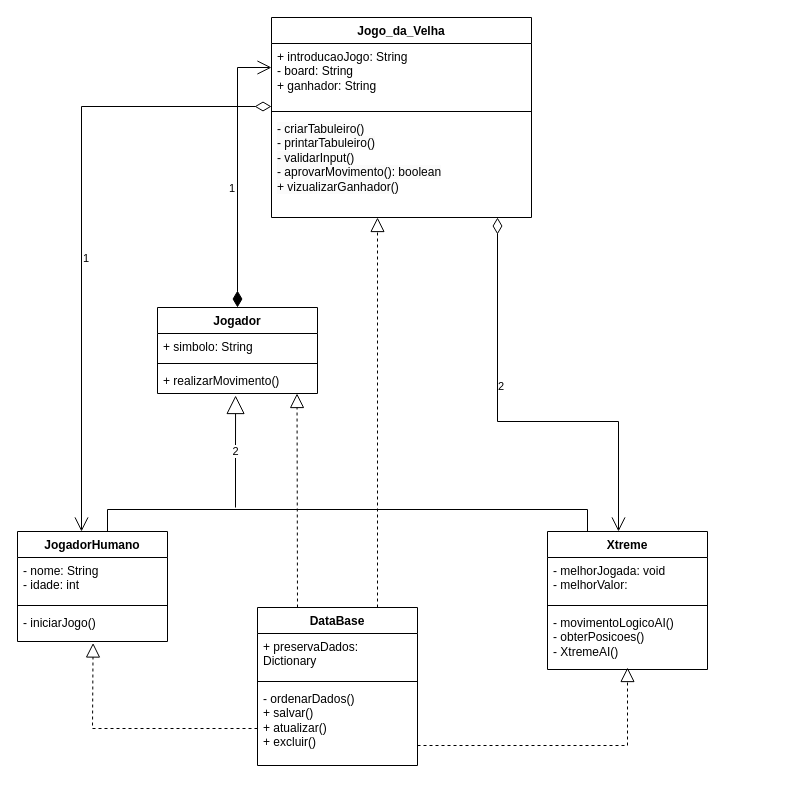
Above: mini_projeto_3/Projeto_3/diagrama_de_classes.drawio in antonioscarvalho/Projetos-Orientados-a-Objetos (draw.io), before the change. Source tidied: cells renumbered, new cells numbered last; positions are measured from the earlier drawing's top-left corner, leaving out a move shared by most shapes. Both pictures are drawn from the tidied source at 100%, with x=0, y=0 at pixel (17, 17).
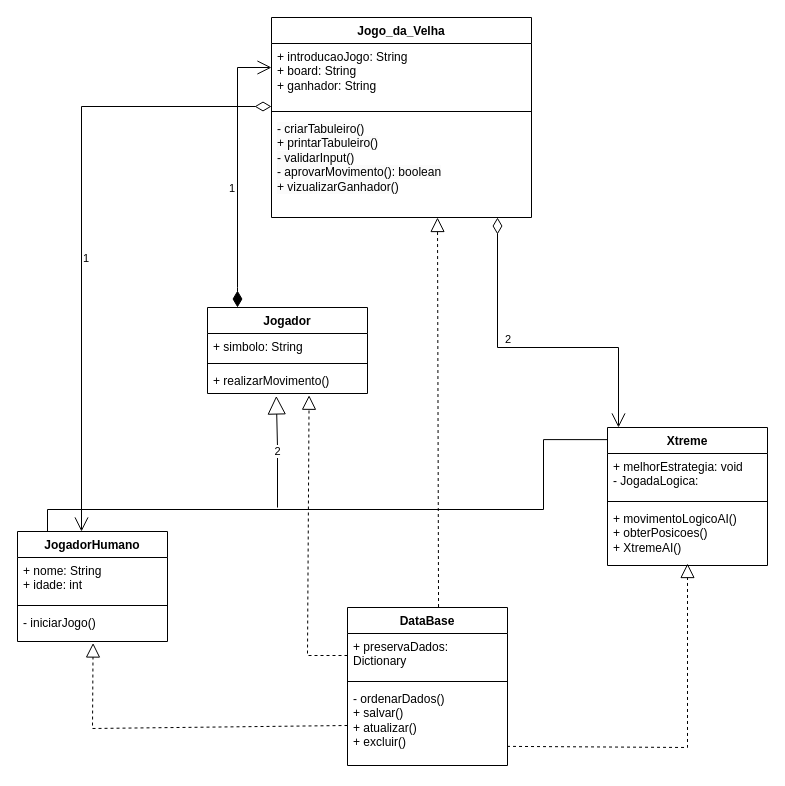
After the change.

Unchanged cells that the change refers to:
```xml
<mxCell id="2" value="JogadorHumano" style="swimlane;fontStyle=1;align=center;verticalAlign=top;horizontal=1;startSize=26;whiteSpace=wrap;html=1;" parent="1" vertex="1">
  <mxGeometry y="514" width="150" height="110" as="geometry" />
</mxCell>
<mxCell id="5" value="- iniciarJogo()" style="text;strokeColor=none;fillColor=none;align=left;verticalAlign=top;spacingLeft=4;spacingRight=4;overflow=hidden;points=[[0,0.5],[1,0.5]];portConstraint=eastwest;whiteSpace=wrap;html=1;" parent="2" vertex="1">
  <mxGeometry y="78" width="150" height="32" as="geometry" />
</mxCell>
<mxCell id="6" value="Jogo_da_Velha" style="swimlane;fontStyle=1;align=center;verticalAlign=top;horizontal=1;startSize=26;whiteSpace=wrap;html=1;" parent="1" vertex="1">
  <mxGeometry x="254" width="260" height="200" as="geometry" />
</mxCell>
<mxCell id="11" value="+ preservaDados: Dictionary" style="text;strokeColor=none;fillColor=none;align=left;verticalAlign=top;spacingLeft=4;spacingRight=4;overflow=hidden;points=[[0,0.5],[1,0.5]];portConstraint=eastwest;whiteSpace=wrap;html=1;" parent="10" vertex="1">
  <mxGeometry y="26" width="160" height="44" as="geometry" />
</mxCell>
<mxCell id="13" value="- ordenarDados()&lt;br&gt;+ salvar()&lt;br&gt;+ atualizar()&lt;br&gt;+ excluir()" style="text;strokeColor=none;fillColor=none;align=left;verticalAlign=top;spacingLeft=4;spacingRight=4;overflow=hidden;points=[[0,0.5],[1,0.5]];portConstraint=eastwest;whiteSpace=wrap;html=1;" parent="10" vertex="1">
  <mxGeometry y="78" width="160" height="80" as="geometry" />
</mxCell>
<mxCell id="25" value="+ realizarMovimento()" style="text;strokeColor=none;fillColor=none;align=left;verticalAlign=top;spacingLeft=4;spacingRight=4;overflow=hidden;points=[[0,0.5],[1,0.5]];portConstraint=eastwest;whiteSpace=wrap;html=1;" parent="22" vertex="1">
  <mxGeometry y="60" width="160" height="26" as="geometry" />
</mxCell>
```

What changed in the source:
```diff
@@
-    <mxCell id="3" value="- nome: String&lt;br&gt;- idade: int" style="text;strokeColor=none;fillColor=none;align=left;verticalAlign=top;spacingLeft=4;spacingRight=4;overflow=hidden;whiteSpace=wrap;html=1;" parent="2" vertex="1">
+    <mxCell id="3" value="+ nome: String&lt;br&gt;+ idade: int" style="text;strokeColor=none;fillColor=none;align=left;verticalAlign=top;spacingLeft=4;spacingRight=4;overflow=hidden;whiteSpace=wrap;html=1;" parent="2" vertex="1">
       <mxGeometry y="26" width="150" height="44" as="geometry" />
     </mxCell>
@@
-    <mxCell id="7" value="+ introducaoJogo: String&lt;br&gt;- board: String&lt;br&gt;+ ganhador: String" style="text;strokeColor=none;fillColor=none;align=left;verticalAlign=top;spacingLeft=4;spacingRight=4;overflow=hidden;whiteSpace=wrap;html=1;" parent="6" vertex="1">
+    <mxCell id="7" value="+ introducaoJogo: String&lt;br&gt;+ board: String&lt;br&gt;+ ganhador: String" style="text;strokeColor=none;fillColor=none;align=left;verticalAlign=top;spacingLeft=4;spacingRight=4;overflow=hidden;whiteSpace=wrap;html=1;" parent="6" vertex="1">
       <mxGeometry y="26" width="260" height="64" as="geometry" />
     </mxCell>
@@
-    <mxCell id="9" value="&lt;span style=&quot;color: rgb(0, 0, 0); font-family: Helvetica; font-size: 12px; font-style: normal; font-variant-ligatures: normal; font-variant-caps: normal; font-weight: 400; letter-spacing: normal; orphans: 2; text-align: left; text-indent: 0px; text-transform: none; widows: 2; word-spacing: 0px; -webkit-text-stroke-width: 0px; background-color: rgb(251, 251, 251); text-decoration-thickness: initial; text-decoration-style: initial; text-decoration-color: initial; float: none; display: inline !important;&quot;&gt;- criarTabuleiro()&lt;/span&gt;&lt;br style=&quot;border-color: var(--border-color); color: rgb(0, 0, 0); font-family: Helvetica; font-size: 12px; font-style: normal; font-variant-ligatures: normal; font-variant-caps: normal; font-weight: 400; letter-spacing: normal; orphans: 2; text-align: left; text-indent: 0px; text-transform: none; widows: 2; word-spacing: 0px; -webkit-text-stroke-width: 0px; background-color: rgb(251, 251, 251); text-decoration-thickness: initial; text-decoration-style: initial; text-decoration-color: initial;&quot;&gt;&lt;span style=&quot;color: rgb(0, 0, 0); font-family: Helvetica; font-size: 12px; font-style: normal; font-variant-ligatures: normal; font-variant-caps: normal; font-weight: 400; letter-spacing: normal; orphans: 2; text-align: left; text-indent: 0px; text-transform: none; widows: 2; word-spacing: 0px; -webkit-text-stroke-width: 0px; background-color: rgb(251, 251, 251); text-decoration-thickness: initial; text-decoration-style: initial; text-decoration-color: initial; float: none; display: inline !important;&quot;&gt;- printarTabuleiro()&lt;br&gt;- validarInput()&lt;br&gt;- aprovarMovimento(): boolean&lt;br&gt;+ vizualizarGanhador()&lt;br&gt;&lt;/span&gt;" style="text;strokeColor=none;fillColor=none;align=left;verticalAlign=top;spacingLeft=4;spacingRight=4;overflow=hidden;points=[[0,0.5],[1,0.5]];portConstraint=eastwest;whiteSpace=wrap;html=1;" parent="6" vertex="1">
+    <mxCell id="9" value="&lt;span style=&quot;color: rgb(0, 0, 0); font-family: Helvetica; font-size: 12px; font-style: normal; font-variant-ligatures: normal; font-variant-caps: normal; font-weight: 400; letter-spacing: normal; orphans: 2; text-align: left; text-indent: 0px; text-transform: none; widows: 2; word-spacing: 0px; -webkit-text-stroke-width: 0px; background-color: rgb(251, 251, 251); text-decoration-thickness: initial; text-decoration-style: initial; text-decoration-color: initial; float: none; display: inline !important;&quot;&gt;- criarTabuleiro()&lt;/span&gt;&lt;br style=&quot;border-color: var(--border-color); color: rgb(0, 0, 0); font-family: Helvetica; font-size: 12px; font-style: normal; font-variant-ligatures: normal; font-variant-caps: normal; font-weight: 400; letter-spacing: normal; orphans: 2; text-align: left; text-indent: 0px; text-transform: none; widows: 2; word-spacing: 0px; -webkit-text-stroke-width: 0px; background-color: rgb(251, 251, 251); text-decoration-thickness: initial; text-decoration-style: initial; text-decoration-color: initial;&quot;&gt;&lt;span style=&quot;color: rgb(0, 0, 0); font-family: Helvetica; font-size: 12px; font-style: normal; font-variant-ligatures: normal; font-variant-caps: normal; font-weight: 400; letter-spacing: normal; orphans: 2; text-align: left; text-indent: 0px; text-transform: none; widows: 2; word-spacing: 0px; -webkit-text-stroke-width: 0px; background-color: rgb(251, 251, 251); text-decoration-thickness: initial; text-decoration-style: initial; text-decoration-color: initial; float: none; display: inline !important;&quot;&gt;+ printarTabuleiro()&lt;br&gt;- validarInput()&lt;br&gt;- aprovarMovimento(): boolean&lt;br&gt;+ vizualizarGanhador()&lt;br&gt;&lt;/span&gt;" style="text;strokeColor=none;fillColor=none;align=left;verticalAlign=top;spacingLeft=4;spacingRight=4;overflow=hidden;points=[[0,0.5],[1,0.5]];portConstraint=eastwest;whiteSpace=wrap;html=1;" parent="6" vertex="1">
       <mxGeometry y="98" width="260" height="102" as="geometry" />
     </mxCell>
     <mxCell id="10" value="DataBase" style="swimlane;fontStyle=1;align=center;verticalAlign=top;horizontal=1;startSize=26;whiteSpace=wrap;html=1;" parent="1" vertex="1">
-      <mxGeometry x="240" y="590" width="160" height="158" as="geometry" />
+      <mxGeometry x="330" y="590" width="160" height="158" as="geometry" />
     </mxCell>
@@
-    <mxCell id="14" style="endArrow=block;dashed=1;endFill=0;endSize=12;html=1;rounded=0;exitX=0.75;exitY=0;exitDx=0;exitDy=0;" parent="1" edge="1" source="10">
+    <mxCell id="14" style="endArrow=block;dashed=1;endFill=0;endSize=12;html=1;rounded=0;exitX=0.569;exitY=-0.003;exitDx=0;exitDy=0;exitPerimeter=0;" parent="1" edge="1" source="10">
       <mxGeometry relative="1" as="geometry">
-        <mxPoint x="360" y="200" as="targetPoint" />
+        <mxPoint x="420" y="200" as="targetPoint" />
+        <Array as="points">
+          <mxPoint x="420" y="200" />
+        </Array>
       </mxGeometry>
     </mxCell>
-    <mxCell id="15" style="endArrow=block;dashed=1;endFill=0;endSize=12;html=1;rounded=0;entryX=0.504;entryY=1.047;entryDx=0;entryDy=0;entryPerimeter=0;" parent="1" edge="1" target="5">
+    <mxCell id="15" style="endArrow=block;dashed=1;endFill=0;endSize=12;html=1;rounded=0;entryX=0.504;entryY=1.047;entryDx=0;entryDy=0;entryPerimeter=0;exitX=0;exitY=0.5;exitDx=0;exitDy=0;" parent="1" edge="1" source="13" target="5">
       <mxGeometry relative="1" as="geometry">
-        <mxPoint x="240" y="711" as="sourcePoint" />
         <Array as="points">
           <mxPoint x="75" y="711" />
         </Array>
       </mxGeometry>
     </mxCell>
     <mxCell id="16" value="Xtreme" style="swimlane;fontStyle=1;align=center;verticalAlign=top;horizontal=1;startSize=26;whiteSpace=wrap;html=1;" parent="1" vertex="1">
-      <mxGeometry x="530" y="514" width="160" height="138" as="geometry" />
+      <mxGeometry x="590" y="410" width="160" height="138" as="geometry" />
     </mxCell>
-    <mxCell id="17" value="- melhorJogada: void&lt;br&gt;- melhorValor:&amp;nbsp;" style="text;strokeColor=none;fillColor=none;align=left;verticalAlign=top;spacingLeft=4;spacingRight=4;overflow=hidden;whiteSpace=wrap;html=1;" parent="16" vertex="1">
+    <mxCell id="17" value="+ melhorEstrategia: void&lt;br&gt;- JogadaLogica:&amp;nbsp;" style="text;strokeColor=none;fillColor=none;align=left;verticalAlign=top;spacingLeft=4;spacingRight=4;overflow=hidden;whiteSpace=wrap;html=1;" parent="16" vertex="1">
       <mxGeometry y="26" width="160" height="44" as="geometry" />
     </mxCell>
@@
-    <mxCell id="19" value="- movimentoLogicoAI()&lt;br&gt;- obterPosicoes()&lt;br&gt;- XtremeAI()" style="text;strokeColor=none;fillColor=none;align=left;verticalAlign=top;spacingLeft=4;spacingRight=4;overflow=hidden;points=[[0,0.5],[1,0.5]];portConstraint=eastwest;whiteSpace=wrap;html=1;" parent="16" vertex="1">
+    <mxCell id="19" value="+ movimentoLogicoAI()&lt;br&gt;+ obterPosicoes()&lt;br&gt;+ XtremeAI()" style="text;strokeColor=none;fillColor=none;align=left;verticalAlign=top;spacingLeft=4;spacingRight=4;overflow=hidden;points=[[0,0.5],[1,0.5]];portConstraint=eastwest;whiteSpace=wrap;html=1;" parent="16" vertex="1">
       <mxGeometry y="78" width="160" height="60" as="geometry" />
     </mxCell>
     <mxCell id="20" value="2" style="endArrow=open;html=1;endSize=12;startArrow=diamondThin;startSize=14;startFill=0;edgeStyle=orthogonalEdgeStyle;align=left;verticalAlign=bottom;rounded=0;" parent="1" edge="1" source="9">
       <mxGeometry x="-0.18" y="-1" relative="1" as="geometry">
-        <mxPoint x="601" y="514" as="targetPoint" />
+        <mxPoint x="601" y="410" as="targetPoint" />
         <Array as="points">
-          <mxPoint x="480" y="404" />
-          <mxPoint x="601" y="404" />
+          <mxPoint x="480" y="330" />
+          <mxPoint x="601" y="330" />
         </Array>
       </mxGeometry>
     </mxCell>
-    <mxCell id="21" style="endArrow=block;dashed=1;endFill=0;endSize=12;html=1;rounded=0;entryX=0.5;entryY=0.967;entryDx=0;entryDy=0;entryPerimeter=0;" parent="1" edge="1" target="19">
+    <mxCell id="21" style="endArrow=block;dashed=1;endFill=0;endSize=12;html=1;rounded=0;entryX=0.5;entryY=0.967;entryDx=0;entryDy=0;entryPerimeter=0;exitX=0.997;exitY=0.761;exitDx=0;exitDy=0;exitPerimeter=0;" parent="1" edge="1" source="13" target="19">
       <mxGeometry relative="1" as="geometry">
-        <mxPoint x="400" y="728" as="sourcePoint" />
         <Array as="points">
-          <mxPoint x="610" y="728" />
+          <mxPoint x="670" y="730" />
         </Array>
       </mxGeometry>
     </mxCell>
     <mxCell id="22" value="Jogador" style="swimlane;fontStyle=1;align=center;verticalAlign=top;horizontal=1;startSize=26;whiteSpace=wrap;html=1;" parent="1" vertex="1">
-      <mxGeometry x="140" y="290" width="160" height="86" as="geometry" />
+      <mxGeometry x="190" y="290" width="160" height="86" as="geometry" />
     </mxCell>
@@
-    <mxCell id="26" style="endArrow=block;dashed=1;endFill=0;endSize=12;html=1;rounded=0;exitX=0.25;exitY=0;exitDx=0;exitDy=0;entryX=0.872;entryY=1;entryDx=0;entryDy=0;entryPerimeter=0;" parent="1" edge="1" source="10" target="25">
-      <mxGeometry relative="1" as="geometry" />
+    <mxCell id="26" style="endArrow=block;dashed=1;endFill=0;endSize=12;html=1;rounded=0;exitX=0;exitY=0.5;exitDx=0;exitDy=0;entryX=0.635;entryY=1.067;entryDx=0;entryDy=0;entryPerimeter=0;" parent="1" edge="1" source="11" target="25">
+      <mxGeometry relative="1" as="geometry">
+        <Array as="points">
+          <mxPoint x="290" y="638" />
+        </Array>
+      </mxGeometry>
     </mxCell>
-    <mxCell id="27" value="2" style="endArrow=block;endSize=16;endFill=0;html=1;rounded=0;entryX=0.488;entryY=1.077;entryDx=0;entryDy=0;entryPerimeter=0;" parent="1" edge="1" target="25">
+    <mxCell id="27" value="2" style="endArrow=block;endSize=16;endFill=0;html=1;rounded=0;entryX=0.43;entryY=1.094;entryDx=0;entryDy=0;entryPerimeter=0;" parent="1" edge="1" target="25">
       <mxGeometry relative="1" as="geometry">
-        <mxPoint x="218" y="490" as="sourcePoint" />
+        <mxPoint x="260" y="490" as="sourcePoint" />
         <Array as="points">
-          <mxPoint x="218" y="430" />
+          <mxPoint x="260" y="430" />
         </Array>
       </mxGeometry>
     </mxCell>
-    <mxCell id="28" style="endArrow=none;html=1;edgeStyle=orthogonalEdgeStyle;rounded=0;entryX=0.25;entryY=0;entryDx=0;entryDy=0;" parent="1" edge="1" target="16">
+    <mxCell id="28" style="endArrow=none;html=1;edgeStyle=orthogonalEdgeStyle;rounded=0;entryX=0;entryY=0.088;entryDx=0;entryDy=0;entryPerimeter=0;" parent="1" edge="1" target="16">
       <mxGeometry relative="1" as="geometry">
-        <mxPoint x="90" y="514" as="sourcePoint" />
+        <mxPoint x="30" y="514" as="sourcePoint" />
         <Array as="points">
-          <mxPoint x="90" y="492" />
-          <mxPoint x="570" y="492" />
+          <mxPoint x="30" y="492" />
+          <mxPoint x="526" y="492" />
+          <mxPoint x="526" y="422" />
         </Array>
       </mxGeometry>
     </mxCell>
-    <mxCell id="29" value="1" style="endArrow=open;html=1;endSize=12;startArrow=diamondThin;startSize=14;startFill=1;edgeStyle=orthogonalEdgeStyle;align=left;verticalAlign=bottom;rounded=0;exitX=0.5;exitY=0;exitDx=0;exitDy=0;" parent="1" edge="1" source="22">
+    <mxCell id="29" value="1" style="endArrow=open;html=1;endSize=12;startArrow=diamondThin;startSize=14;startFill=1;edgeStyle=orthogonalEdgeStyle;align=left;verticalAlign=bottom;rounded=0;" parent="1" edge="1">
       <mxGeometry x="-0.2" y="10" relative="1" as="geometry">
+        <mxPoint x="220" y="290" as="sourcePoint" />
         <mxPoint x="254" y="50" as="targetPoint" />
         <Array as="points">
+          <mxPoint x="220" y="270" />
           <mxPoint x="220" y="50" />
         </Array>
       </mxGeometry>
     </mxCell>
```
